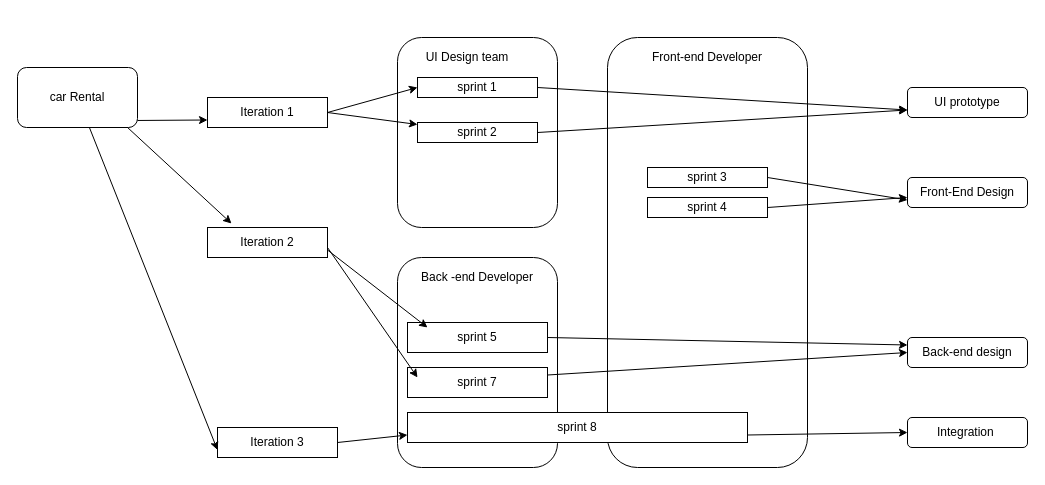
Getabalew7/Gebeya-DevOps keeps this draw.io diagram as page "Page-2" (2 of 2) of Database Design/Untitled Diagram.drawio. Above is the earlier version. Source tidied: cells renumbered, new cells numbered last; positions are measured from the earlier drawing's top-left corner, leaving out a move shared by most shapes. Both pictures are drawn from the tidied source at 100%, with x=0, y=0 at pixel (17, 37).
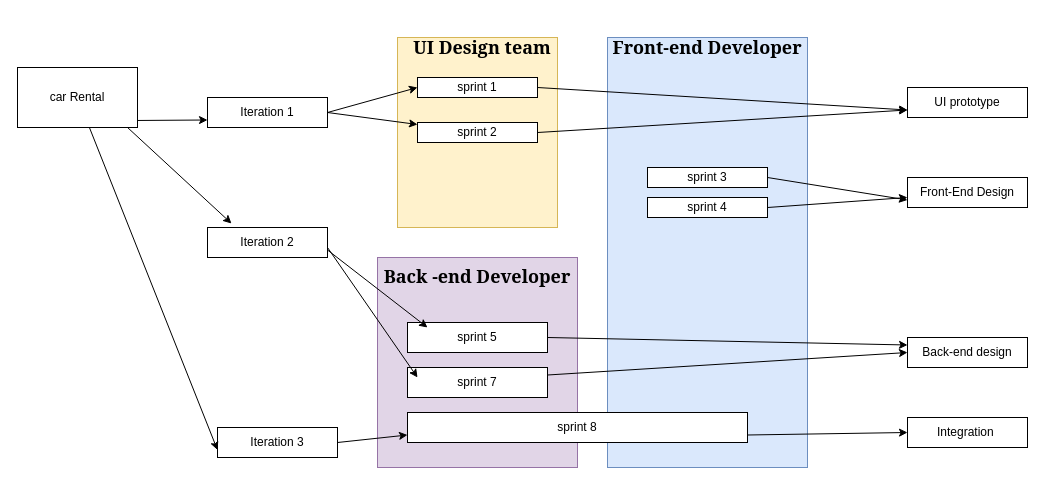
The same diagram, later.

Commit message:
add colors to the teams layout

What changed in the source:
```diff
@@
-    <mxCell id="2" style="rounded=1;whiteSpace=wrap;html=1;" parent="1" vertex="1">
+    <mxCell id="2" style="whiteSpace=wrap;html=1;fillColor=#fff2cc;strokeColor=#d6b656;" parent="1" vertex="1">
       <mxGeometry x="380" width="160" height="190" as="geometry" />
     </mxCell>
-    <mxCell id="3" value="car Rental" style="rounded=1;whiteSpace=wrap;html=1;" parent="1" vertex="1">
+    <mxCell id="3" value="car Rental" style="whiteSpace=wrap;html=1;" parent="1" vertex="1">
       <mxGeometry y="30" width="120" height="60" as="geometry" />
     </mxCell>
-    <mxCell id="4" value="Iteration 1" style="rounded=0;whiteSpace=wrap;html=1;" parent="1" vertex="1">
+    <mxCell id="4" value="Iteration 1" style="whiteSpace=wrap;html=1;" parent="1" vertex="1">
       <mxGeometry x="190" y="60" width="120" height="30" as="geometry" />
     </mxCell>
-    <mxCell id="5" value="Iteration 2" style="rounded=0;whiteSpace=wrap;html=1;" parent="1" vertex="1">
+    <mxCell id="5" value="Iteration 2" style="whiteSpace=wrap;html=1;" parent="1" vertex="1">
       <mxGeometry x="190" y="190" width="120" height="30" as="geometry" />
     </mxCell>
-    <mxCell id="6" value="Iteration 3" style="rounded=0;whiteSpace=wrap;html=1;gradientColor=#ffffff;" parent="1" vertex="1">
+    <mxCell id="6" value="Iteration 3" style="whiteSpace=wrap;html=1;gradientColor=#ffffff;" parent="1" vertex="1">
       <mxGeometry x="200" y="390" width="120" height="30" as="geometry" />
     </mxCell>
-    <mxCell id="7" style="rounded=1;whiteSpace=wrap;html=1;" parent="1" vertex="1">
+    <mxCell id="7" style="whiteSpace=wrap;html=1;fillColor=#dae8fc;strokeColor=#6c8ebf;" parent="1" vertex="1">
       <mxGeometry x="590" width="200" height="430" as="geometry" />
     </mxCell>
@@
-    <mxCell id="11" value="sprint 1" style="rounded=0;whiteSpace=wrap;html=1;" parent="1" vertex="1">
+    <mxCell id="11" value="sprint 1" style="whiteSpace=wrap;html=1;" parent="1" vertex="1">
       <mxGeometry x="400" y="40" width="120" height="20" as="geometry" />
     </mxCell>
-    <mxCell id="12" value="sprint 2" style="rounded=0;whiteSpace=wrap;html=1;" parent="1" vertex="1">
+    <mxCell id="12" value="sprint 2" style="whiteSpace=wrap;html=1;" parent="1" vertex="1">
       <mxGeometry x="400" y="85" width="120" height="20" as="geometry" />
     </mxCell>
-    <mxCell id="13" value="sprint 3" style="rounded=0;whiteSpace=wrap;html=1;" parent="1" vertex="1">
+    <mxCell id="13" value="sprint 3" style="whiteSpace=wrap;html=1;" parent="1" vertex="1">
       <mxGeometry x="630" y="130" width="120" height="20" as="geometry" />
     </mxCell>
-    <mxCell id="14" value="sprint 4" style="rounded=0;whiteSpace=wrap;html=1;" parent="1" vertex="1">
+    <mxCell id="14" value="sprint 4" style="whiteSpace=wrap;html=1;" parent="1" vertex="1">
       <mxGeometry x="630" y="160" width="120" height="20" as="geometry" />
     </mxCell>
-    <mxCell id="15" value="&lt;p style=&quot;line-height: 170%&quot;&gt;UI Design team&lt;/p&gt;" style="text;html=1;strokeColor=none;fillColor=none;align=center;verticalAlign=middle;whiteSpace=wrap;rounded=0;" parent="1" vertex="1">
-      <mxGeometry x="400" y="10" width="100" height="20" as="geometry" />
+    <mxCell id="15" value="&lt;h2 style=&quot;line-height: 170%&quot;&gt;&lt;b&gt;&lt;font face=&quot;Georgia&quot;&gt;UI Design team&lt;/font&gt;&lt;/b&gt;&lt;/h2&gt;" style="text;html=1;strokeColor=none;fillColor=none;align=center;verticalAlign=middle;whiteSpace=wrap;" parent="1" vertex="1">
+      <mxGeometry x="390" width="150" height="20" as="geometry" />
     </mxCell>
-    <mxCell id="16" value="&lt;p style=&quot;line-height: 170%&quot;&gt;Front-end Developer&lt;/p&gt;" style="text;html=1;strokeColor=none;fillColor=none;align=center;verticalAlign=middle;whiteSpace=wrap;rounded=0;" parent="1" vertex="1">
-      <mxGeometry x="630" y="10" width="120" height="20" as="geometry" />
+    <mxCell id="16" value="&lt;h2 style=&quot;line-height: 170%&quot;&gt;&lt;b&gt;&lt;font face=&quot;Georgia&quot;&gt;Front-end Developer&lt;/font&gt;&lt;/b&gt;&lt;/h2&gt;" style="text;html=1;strokeColor=none;fillColor=none;align=center;verticalAlign=middle;whiteSpace=wrap;" parent="1" vertex="1">
+      <mxGeometry x="590" width="200" height="20" as="geometry" />
     </mxCell>
-    <mxCell id="17" value="UI prototype" style="rounded=1;whiteSpace=wrap;html=1;" parent="1" vertex="1">
+    <mxCell id="17" value="UI prototype" style="whiteSpace=wrap;html=1;" parent="1" vertex="1">
       <mxGeometry x="890" y="50" width="120" height="30" as="geometry" />
     </mxCell>
-    <mxCell id="18" value="Front-End Design" style="rounded=1;whiteSpace=wrap;html=1;" parent="1" vertex="1">
+    <mxCell id="18" value="Front-End Design" style="whiteSpace=wrap;html=1;" parent="1" vertex="1">
       <mxGeometry x="890" y="140" width="120" height="30" as="geometry" />
     </mxCell>
@@
-    <mxCell id="25" style="rounded=1;whiteSpace=wrap;html=1;fillColor=#ffffff;gradientColor=#ffffff;" parent="1" vertex="1">
-      <mxGeometry x="380" y="220" width="160" height="210" as="geometry" />
+    <mxCell id="25" style="whiteSpace=wrap;html=1;fillColor=#e1d5e7;strokeColor=#9673a6;" parent="1" vertex="1">
+      <mxGeometry x="360" y="220" width="200" height="210" as="geometry" />
     </mxCell>
-    <mxCell id="26" value="Back -end Developer" style="text;html=1;strokeColor=none;fillColor=none;align=center;verticalAlign=middle;whiteSpace=wrap;rounded=0;" parent="1" vertex="1">
-      <mxGeometry x="400" y="230" width="120" height="20" as="geometry" />
+    <mxCell id="26" value="&lt;h2&gt;&lt;font face=&quot;Georgia&quot;&gt;Back -end Developer&lt;/font&gt;&lt;/h2&gt;" style="text;html=1;strokeColor=none;fillColor=none;align=center;verticalAlign=middle;whiteSpace=wrap;" parent="1" vertex="1">
+      <mxGeometry x="360" y="230" width="200" height="20" as="geometry" />
     </mxCell>
-    <mxCell id="27" value="sprint 5" style="rounded=0;whiteSpace=wrap;html=1;fillColor=#ffffff;gradientColor=#ffffff;" parent="1" vertex="1">
+    <mxCell id="27" value="sprint 5" style="whiteSpace=wrap;html=1;fillColor=#ffffff;gradientColor=#ffffff;" parent="1" vertex="1">
       <mxGeometry x="390" y="285" width="140" height="30" as="geometry" />
     </mxCell>
-    <mxCell id="28" value="sprint 7" style="rounded=0;whiteSpace=wrap;html=1;fillColor=#ffffff;gradientColor=#ffffff;" parent="1" vertex="1">
+    <mxCell id="28" value="sprint 7" style="whiteSpace=wrap;html=1;fillColor=#ffffff;gradientColor=#ffffff;" parent="1" vertex="1">
       <mxGeometry x="390" y="330" width="140" height="30" as="geometry" />
     </mxCell>
-    <mxCell id="29" value="Back-end design" style="rounded=1;whiteSpace=wrap;html=1;fillColor=#ffffff;gradientColor=#ffffff;" parent="1" vertex="1">
+    <mxCell id="29" value="Back-end design" style="whiteSpace=wrap;html=1;fillColor=#ffffff;gradientColor=#ffffff;" parent="1" vertex="1">
       <mxGeometry x="890" y="300" width="120" height="30" as="geometry" />
     </mxCell>
@@
-    <mxCell id="34" value="sprint 8" style="rounded=0;whiteSpace=wrap;html=1;fillColor=#ffffff;gradientColor=#ffffff;" parent="1" vertex="1">
+    <mxCell id="34" value="sprint 8" style="whiteSpace=wrap;html=1;fillColor=#ffffff;gradientColor=#ffffff;" parent="1" vertex="1">
       <mxGeometry x="390" y="375" width="340" height="30" as="geometry" />
     </mxCell>
@@
-    <mxCell id="36" value="Integration&amp;nbsp;" style="rounded=1;whiteSpace=wrap;html=1;fillColor=#ffffff;gradientColor=#ffffff;" parent="1" vertex="1">
+    <mxCell id="36" value="Integration&amp;nbsp;" style="whiteSpace=wrap;html=1;fillColor=#ffffff;gradientColor=#ffffff;" parent="1" vertex="1">
       <mxGeometry x="890" y="380" width="120" height="30" as="geometry" />
     </mxCell>
```
